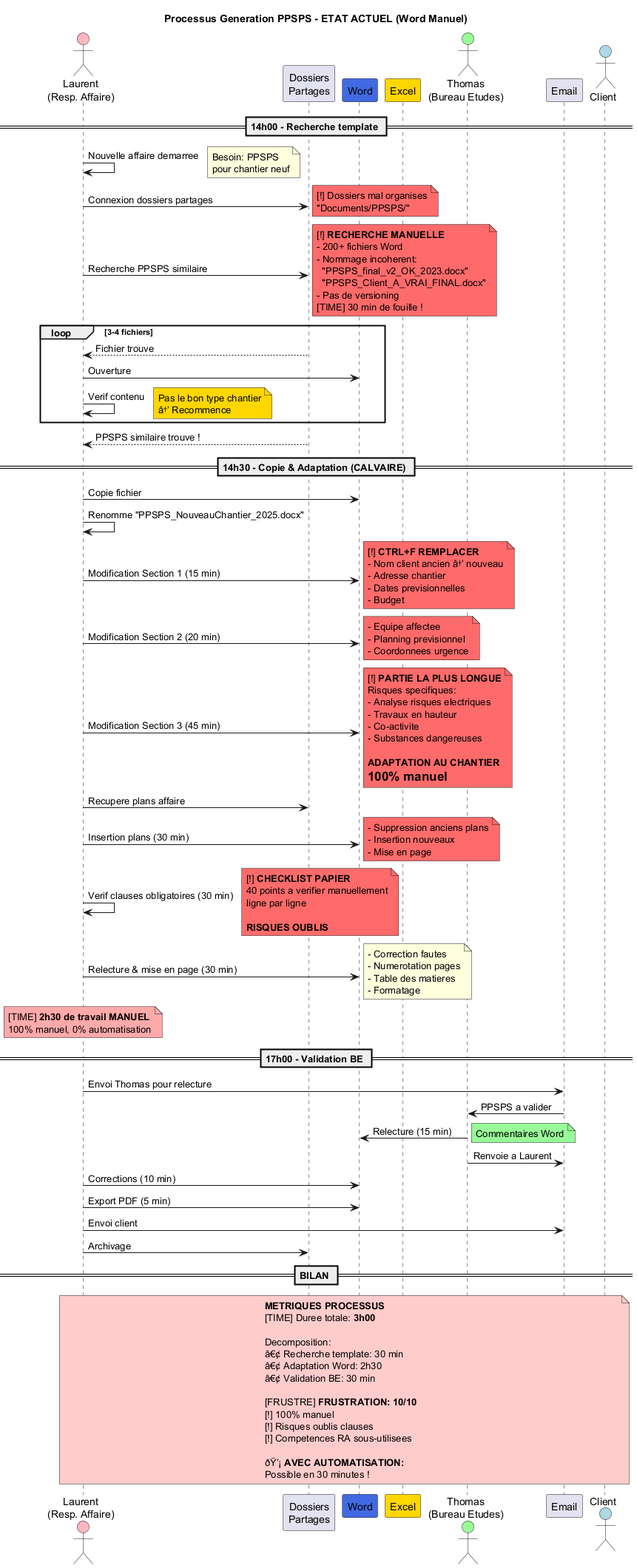
The PlantUML diagram Services/Direction-Affaires/uml/png/Generation_PPSPS_Actuel.png in JordanSerafini/Audit_Duret, before a commit.
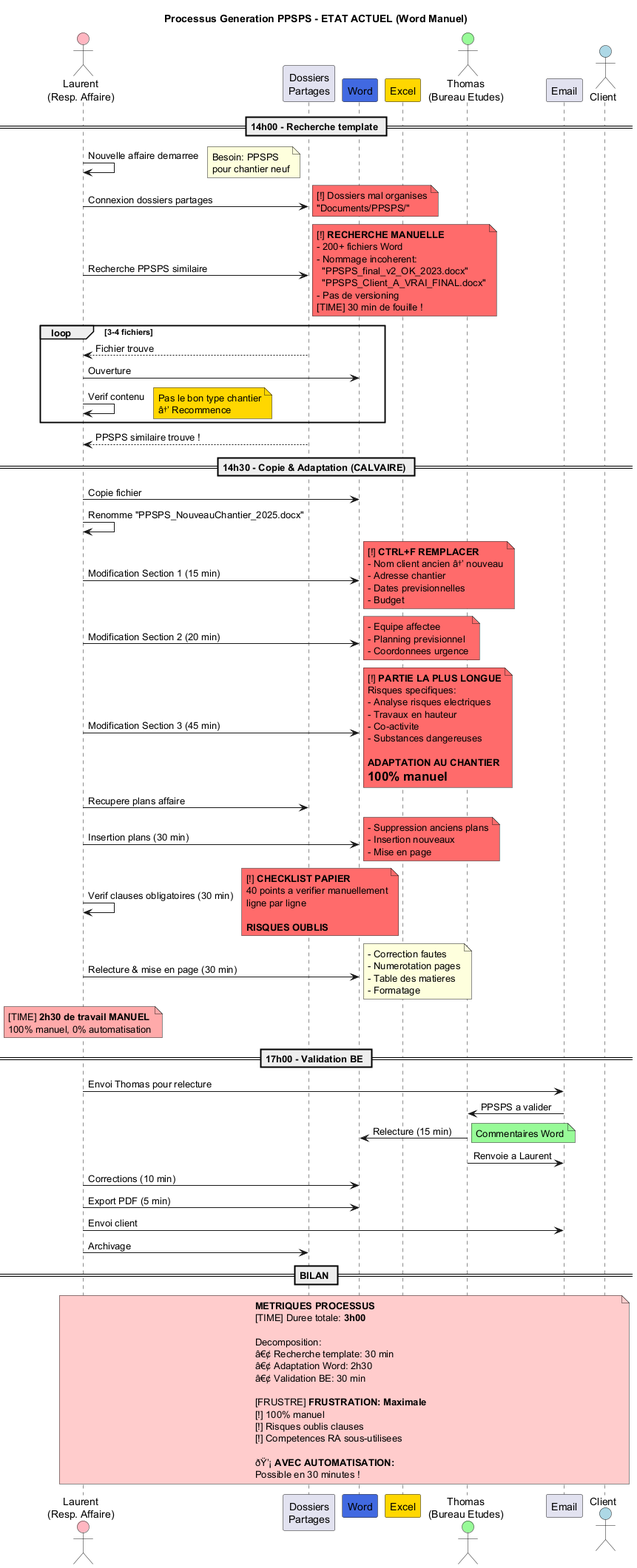
Above is the later version.

The edit, as a diff of the source:
```diff
@@ -140,7 +140,7 @@
   â€¢ Adaptation Word: 2h30
   â€¢ Validation BE: 30 min
 
-  [FRUSTRE] **FRUSTRATION: 10/10**
+  [FRUSTRE] **FRUSTRATION: Maximale**
   [!] 100% manuel
   [!] Risques oublis clauses
   [!] Competences RA sous-utilisees
```
